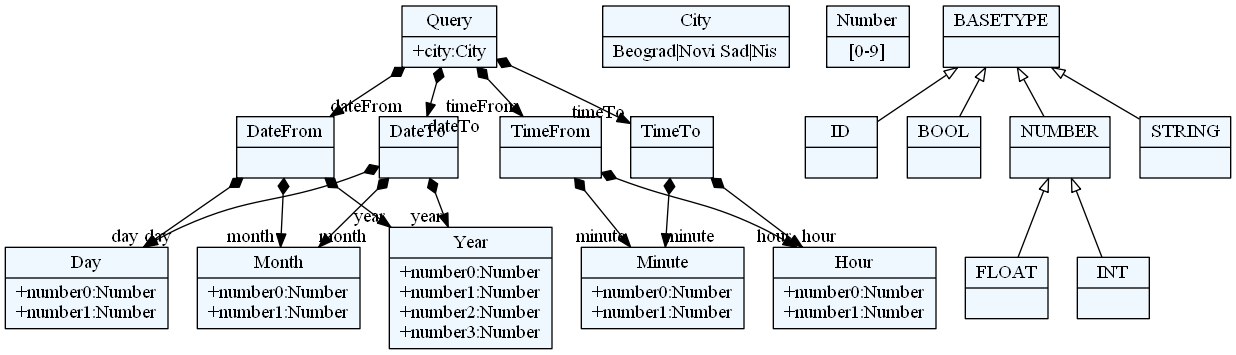
Before: textXGrammar/grammar.png, a diagram exported from Graphviz (ftnE2-tim1-2016-17/jsd). Its source is kept beside it as textXGrammar/grammar.dot. The source it was exported from:
```dot
    digraph xtext {
    fontname = "Bitstream Vera Sans"
    fontsize = 8
    node[
        shape=record,
        style=filled,
        fillcolor=aliceblue
    ]
    nodesep = 0.3
    edge[dir=black,arrowtail=empty]


56887984[ label="{Day|+number0:Number\l+number1:Number\l}"]

56788336 -> 56887536[arrowtail=diamond, dir=both, headlabel="dateFrom "]
56788336 -> 57029104[arrowtail=diamond, dir=both, headlabel="timeFrom "]
56788336 -> 57030448[arrowtail=diamond, dir=both, headlabel="dateTo "]
56788336 -> 57030896[arrowtail=diamond, dir=both, headlabel="timeTo "]
56788336[ label="{Query|+city:City\l}"]

57029552[ label="{Hour|+number0:Number\l+number1:Number\l}"]

56887536 -> 56887984[arrowtail=diamond, dir=both, headlabel="day "]
56887536 -> 56888432[arrowtail=diamond, dir=both, headlabel="month "]
56887536 -> 56888880[arrowtail=diamond, dir=both, headlabel="year "]
56887536[ label="{DateFrom|}"]

57030448 -> 56887984[arrowtail=diamond, dir=both, headlabel="day "]
57030448 -> 56888432[arrowtail=diamond, dir=both, headlabel="month "]
57030448 -> 56888880[arrowtail=diamond, dir=both, headlabel="year "]
57030448[ label="{DateTo|}"]

57030000[ label="{Minute|+number0:Number\l+number1:Number\l}"]

56888432[ label="{Month|+number0:Number\l+number1:Number\l}"]

57030896 -> 57029552[arrowtail=diamond, dir=both, headlabel="hour "]
57030896 -> 57030000[arrowtail=diamond, dir=both, headlabel="minute "]
57030896[ label="{TimeTo|}"]

56887088[ label="{City|Beograd\|Novi Sad\|Nis}"]

57028656[ label="{Number|[0-9]}"]

57029104 -> 57029552[arrowtail=diamond, dir=both, headlabel="hour "]
57029104 -> 57030000[arrowtail=diamond, dir=both, headlabel="minute "]
57029104[ label="{TimeFrom|}"]

56888880[ label="{Year|+number0:Number\l+number1:Number\l+number2:Number\l+number3:Number\l}"]

56883888[ label="{ID|}"]

56885744[ label="{FLOAT|}"]

56884784[ label="{BOOL|}"]

56886640[ label="{BASETYPE|}"]
56886640 -> 56886192 [dir=back]
56886640 -> 56884784 [dir=back]
56886640 -> 56883888 [dir=back]
56886640 -> 56884336 [dir=back]

56885296[ label="{INT|}"]

56886192[ label="{NUMBER|}"]
56886192 -> 56885744 [dir=back]
56886192 -> 56885296 [dir=back]

56884336[ label="{STRING|}"]


}
```
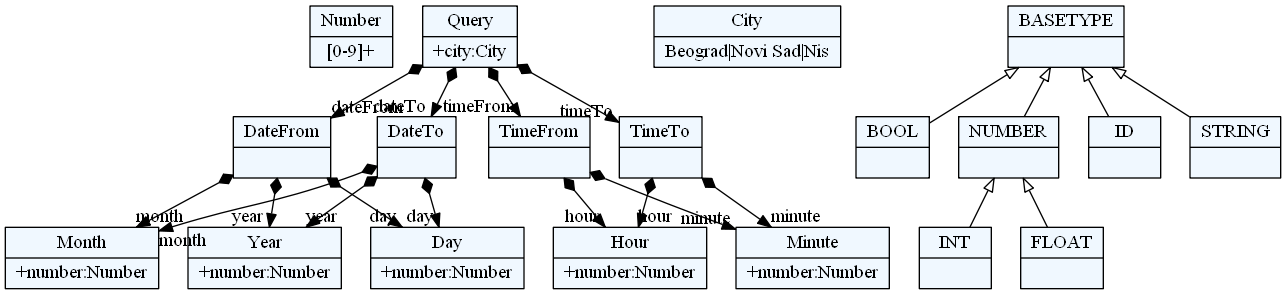
The same file after the commit.

What changed in the source:
```diff
@@ -10,63 +10,63 @@
     edge[dir=black,arrowtail=empty]
 
 
-56887984[ label="{Day|+number0:Number\l+number1:Number\l}"]
+57254832[ label="{Number|[0-9]+}"]
 
-56788336 -> 56887536[arrowtail=diamond, dir=both, headlabel="dateFrom "]
-56788336 -> 57029104[arrowtail=diamond, dir=both, headlabel="timeFrom "]
-56788336 -> 57030448[arrowtail=diamond, dir=both, headlabel="dateTo "]
-56788336 -> 57030896[arrowtail=diamond, dir=both, headlabel="timeTo "]
-56788336[ label="{Query|+city:City\l}"]
+57096432 -> 57097328[arrowtail=diamond, dir=both, headlabel="dateFrom "]
+57096432 -> 57255280[arrowtail=diamond, dir=both, headlabel="timeFrom "]
+57096432 -> 57256624[arrowtail=diamond, dir=both, headlabel="dateTo "]
+57096432 -> 57257072[arrowtail=diamond, dir=both, headlabel="timeTo "]
+57096432[ label="{Query|+city:City\l}"]
 
-57029552[ label="{Hour|+number0:Number\l+number1:Number\l}"]
+57256176[ label="{Minute|+number:Number\l}"]
 
-56887536 -> 56887984[arrowtail=diamond, dir=both, headlabel="day "]
-56887536 -> 56888432[arrowtail=diamond, dir=both, headlabel="month "]
-56887536 -> 56888880[arrowtail=diamond, dir=both, headlabel="year "]
-56887536[ label="{DateFrom|}"]
+57253936[ label="{Month|+number:Number\l}"]
 
-57030448 -> 56887984[arrowtail=diamond, dir=both, headlabel="day "]
-57030448 -> 56888432[arrowtail=diamond, dir=both, headlabel="month "]
-57030448 -> 56888880[arrowtail=diamond, dir=both, headlabel="year "]
-57030448[ label="{DateTo|}"]
+57257072 -> 57255728[arrowtail=diamond, dir=both, headlabel="hour "]
+57257072 -> 57256176[arrowtail=diamond, dir=both, headlabel="minute "]
+57257072[ label="{TimeTo|}"]
 
-57030000[ label="{Minute|+number0:Number\l+number1:Number\l}"]
+57255280 -> 57255728[arrowtail=diamond, dir=both, headlabel="hour "]
+57255280 -> 57256176[arrowtail=diamond, dir=both, headlabel="minute "]
+57255280[ label="{TimeFrom|}"]
 
-56888432[ label="{Month|+number0:Number\l+number1:Number\l}"]
+57096880[ label="{City|Beograd\|Novi Sad\|Nis}"]
 
-57030896 -> 57029552[arrowtail=diamond, dir=both, headlabel="hour "]
-57030896 -> 57030000[arrowtail=diamond, dir=both, headlabel="minute "]
-57030896[ label="{TimeTo|}"]
+57254384[ label="{Year|+number:Number\l}"]
 
-56887088[ label="{City|Beograd\|Novi Sad\|Nis}"]
+57097328 -> 57097776[arrowtail=diamond, dir=both, headlabel="day "]
+57097328 -> 57253936[arrowtail=diamond, dir=both, headlabel="month "]
+57097328 -> 57254384[arrowtail=diamond, dir=both, headlabel="year "]
+57097328[ label="{DateFrom|}"]
 
-57028656[ label="{Number|[0-9]}"]
+57255728[ label="{Hour|+number:Number\l}"]
 
-57029104 -> 57029552[arrowtail=diamond, dir=both, headlabel="hour "]
-57029104 -> 57030000[arrowtail=diamond, dir=both, headlabel="minute "]
-57029104[ label="{TimeFrom|}"]
+57097776[ label="{Day|+number:Number\l}"]
 
-56888880[ label="{Year|+number0:Number\l+number1:Number\l+number2:Number\l+number3:Number\l}"]
+57256624 -> 57097776[arrowtail=diamond, dir=both, headlabel="day "]
+57256624 -> 57253936[arrowtail=diamond, dir=both, headlabel="month "]
+57256624 -> 57254384[arrowtail=diamond, dir=both, headlabel="year "]
+57256624[ label="{DateTo|}"]
 
-56883888[ label="{ID|}"]
+57094192[ label="{INT|}"]
 
-56885744[ label="{FLOAT|}"]
+57077296[ label="{BOOL|}"]
 
-56884784[ label="{BOOL|}"]
+57095088[ label="{NUMBER|}"]
+57095088 -> 57094640 [dir=back]
+57095088 -> 57094192 [dir=back]
 
-56886640[ label="{BASETYPE|}"]
-56886640 -> 56886192 [dir=back]
-56886640 -> 56884784 [dir=back]
-56886640 -> 56883888 [dir=back]
-56886640 -> 56884336 [dir=back]
+57076400[ label="{ID|}"]
 
-56885296[ label="{INT|}"]
+57094640[ label="{FLOAT|}"]
 
-56886192[ label="{NUMBER|}"]
-56886192 -> 56885744 [dir=back]
-56886192 -> 56885296 [dir=back]
+57095536[ label="{BASETYPE|}"]
+57095536 -> 57095088 [dir=back]
+57095536 -> 57077296 [dir=back]
+57095536 -> 57076400 [dir=back]
+57095536 -> 57076848 [dir=back]
 
-56884336[ label="{STRING|}"]
+57076848[ label="{STRING|}"]
 
 
 }
```
